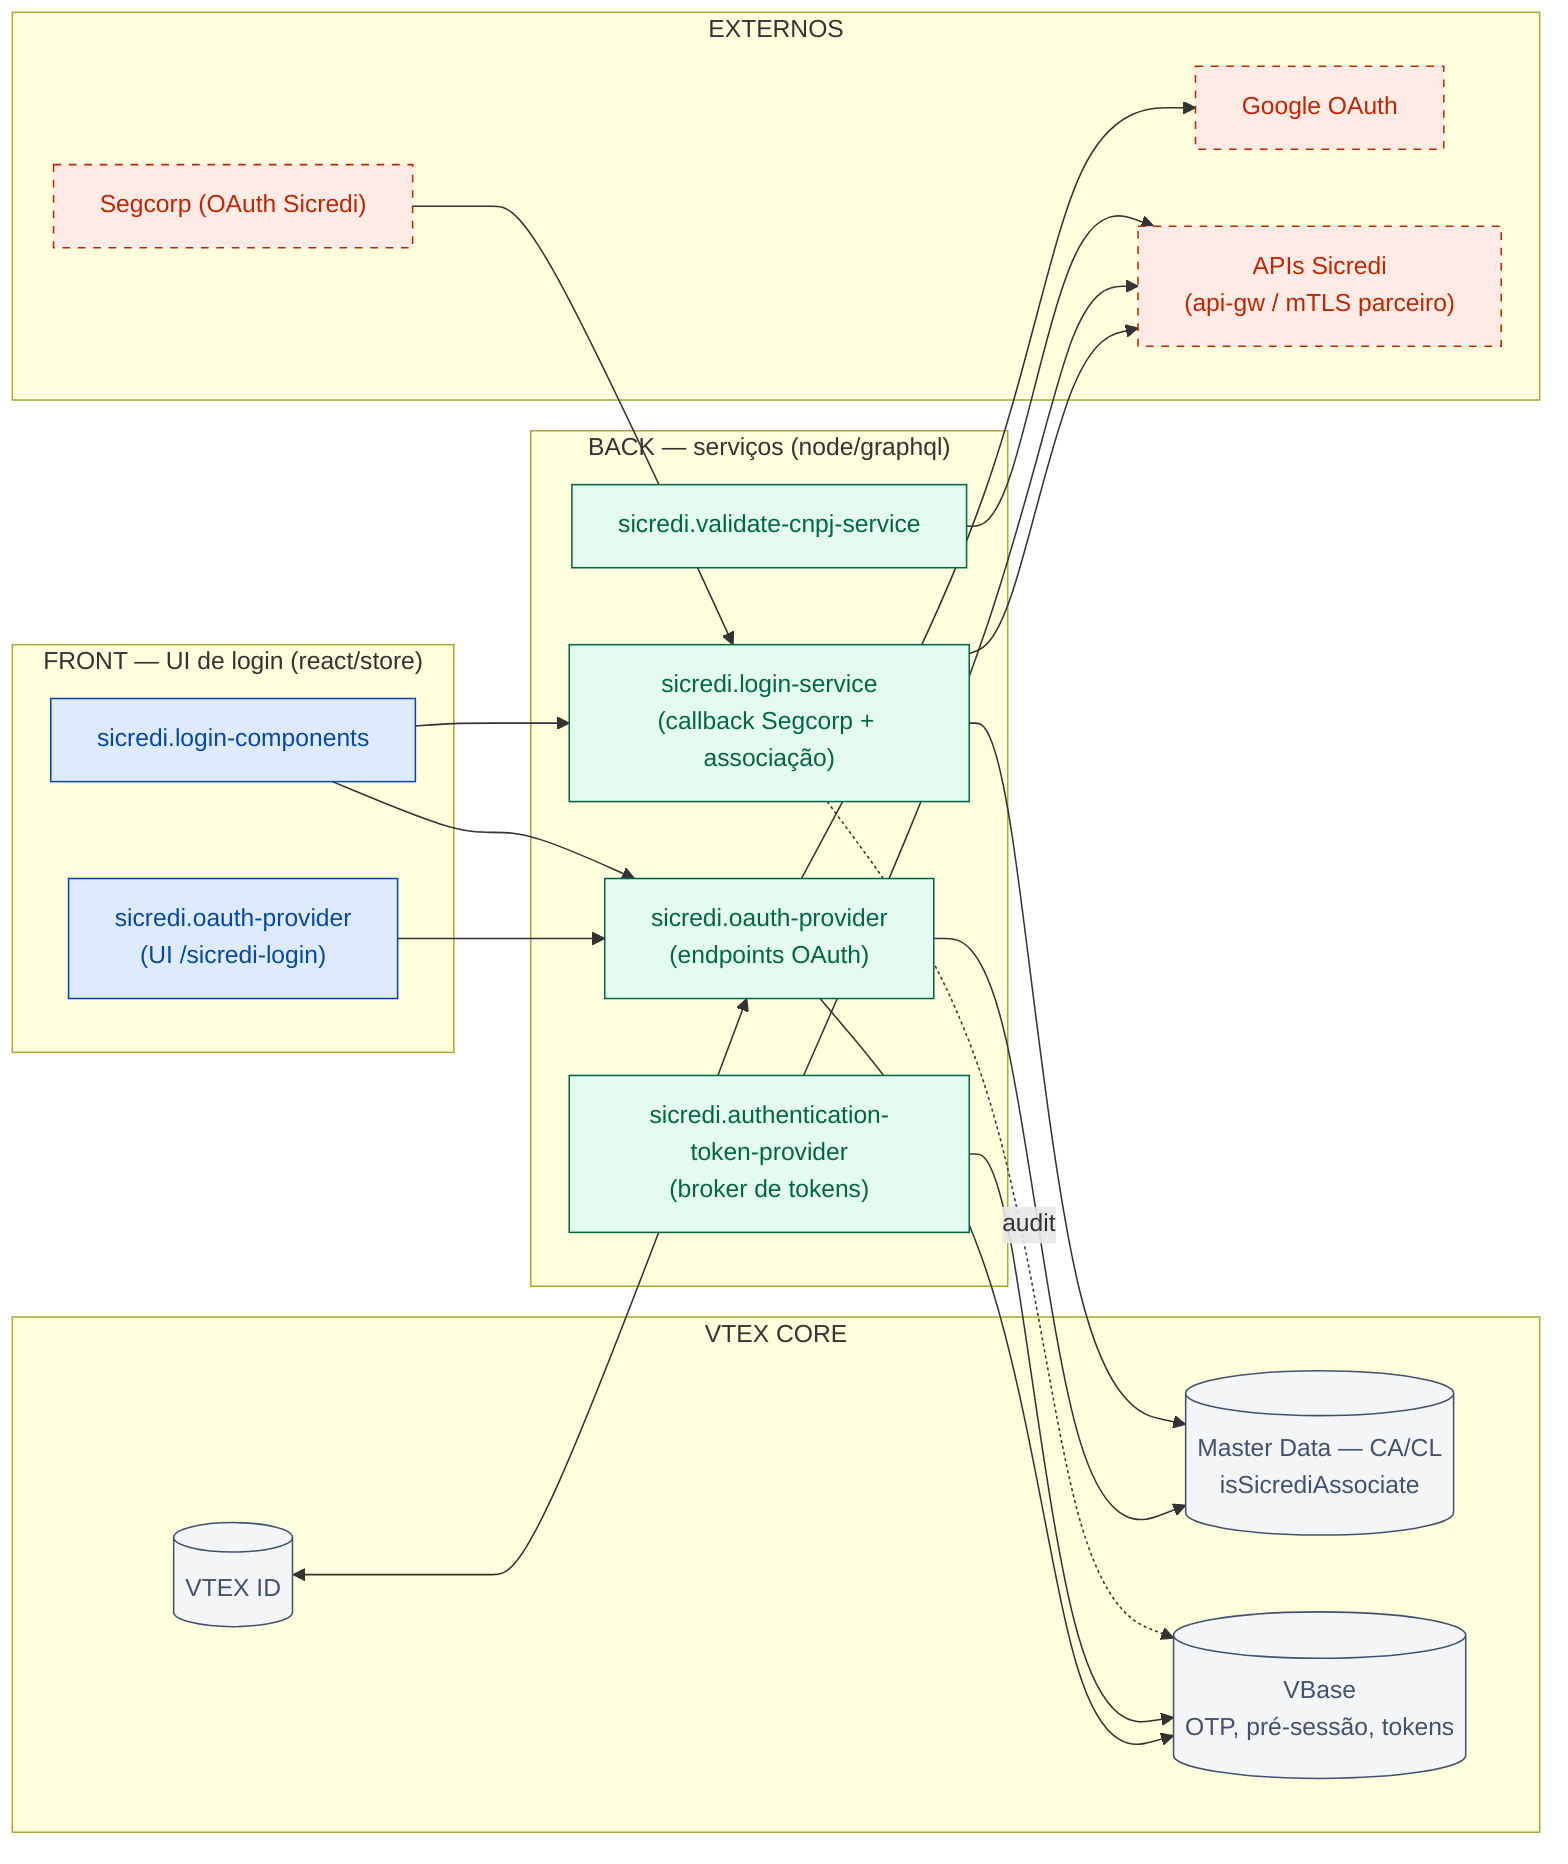
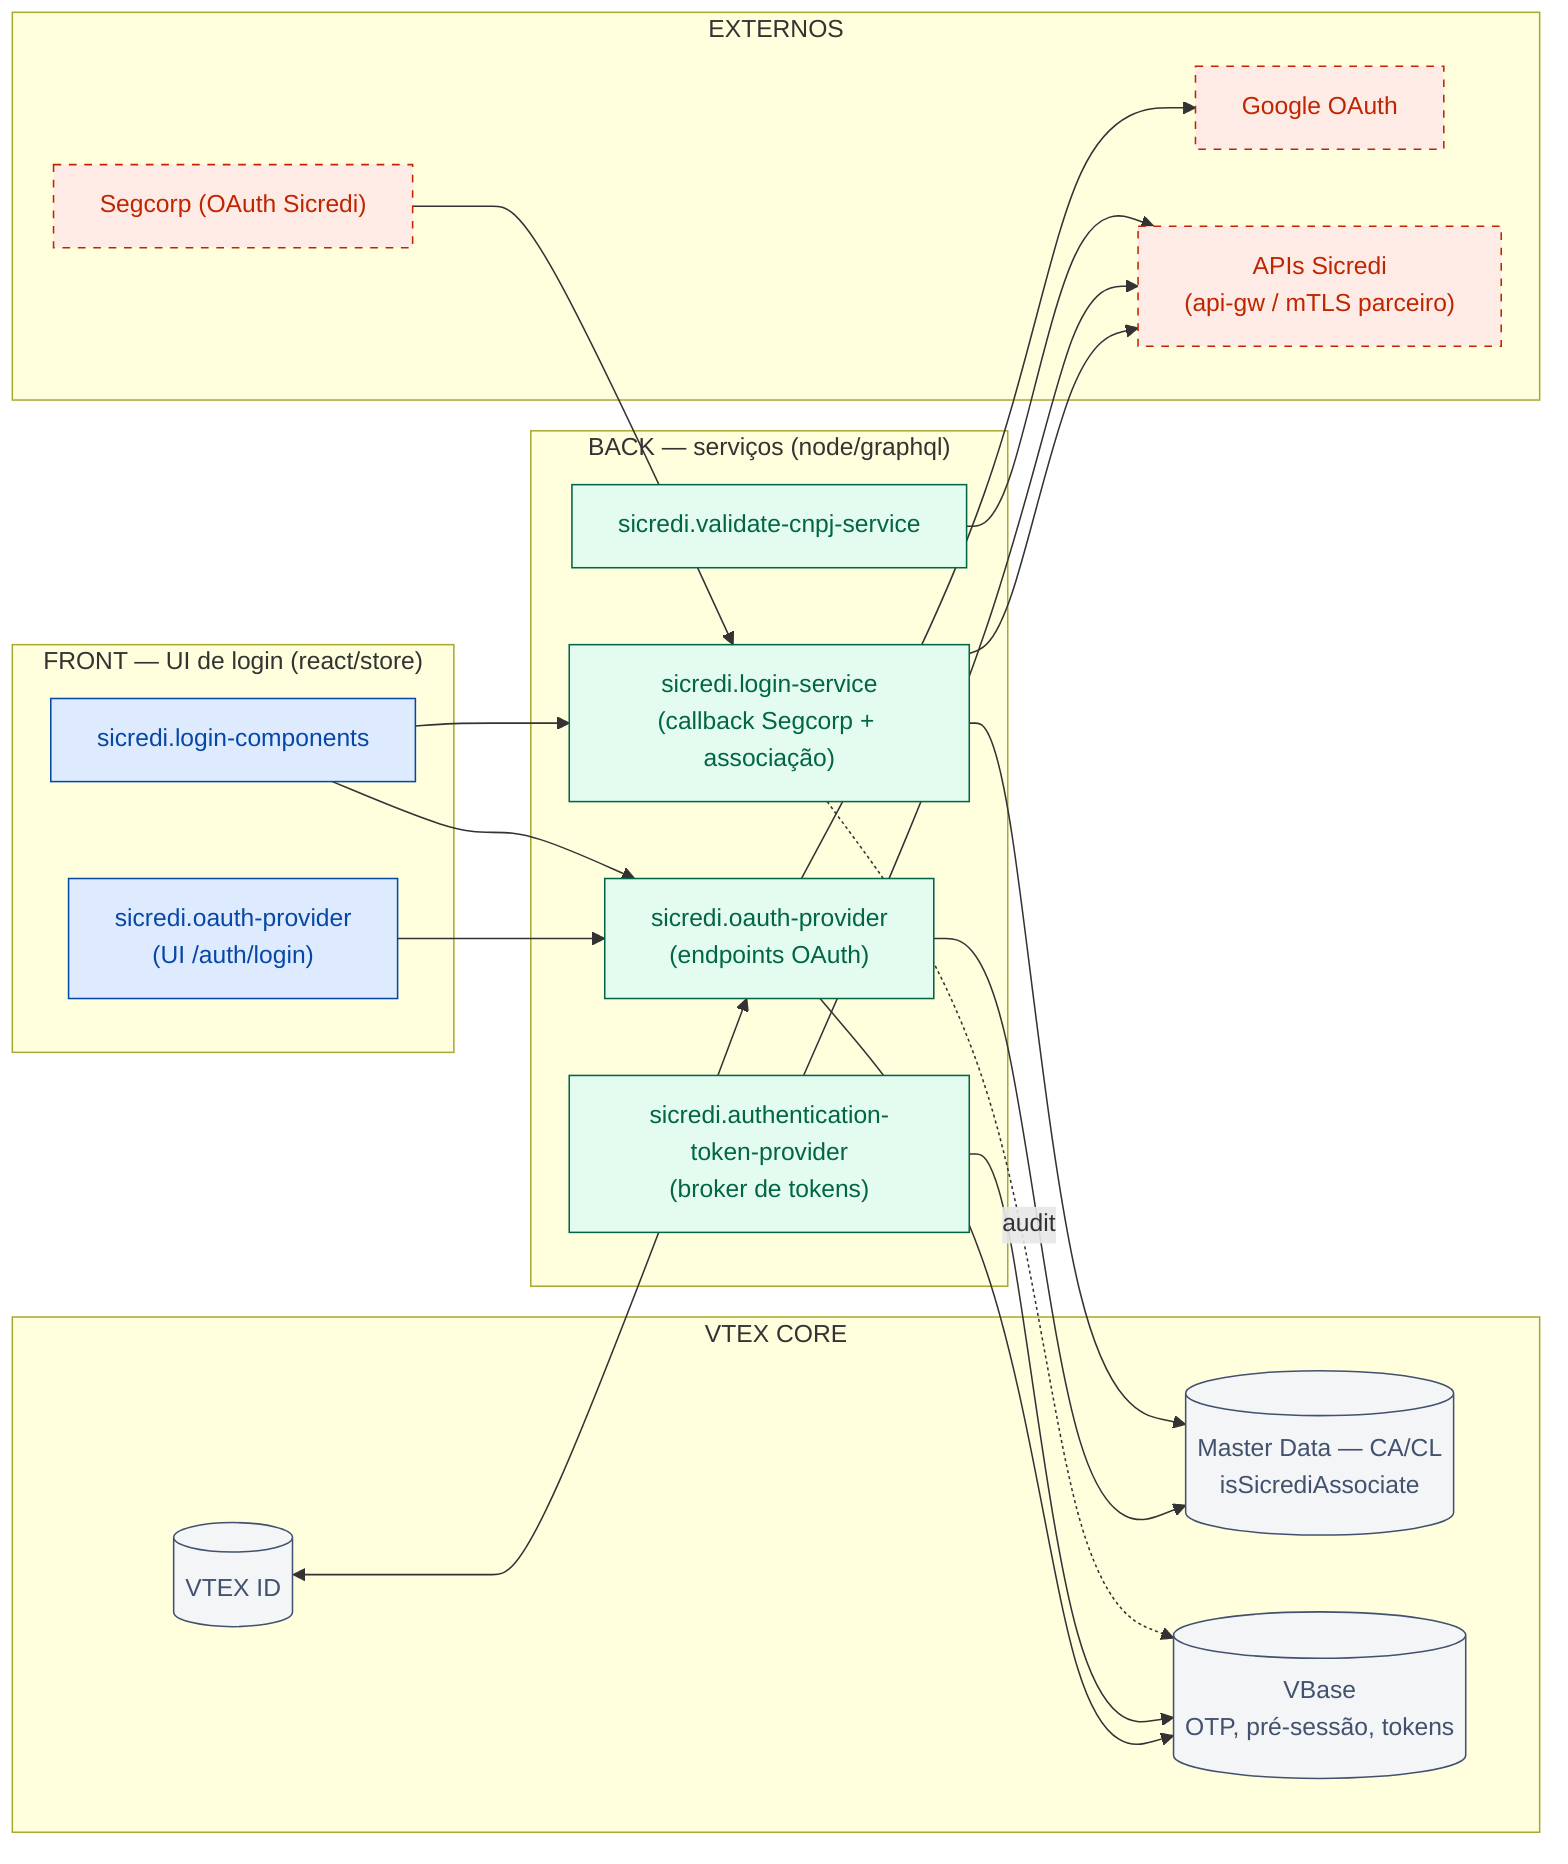
flowchart LR
  subgraph FRONT["FRONT — UI de login (react/store)"]
    lc["sicredi.login-components"]:::front
-     oap_f["sicredi.oauth-provider<br/>(UI /sicredi-login)"]:::front
+     oap_f["sicredi.oauth-provider<br/>(UI /auth/login)"]:::front
  end

  subgraph BACK["BACK — serviços (node/graphql)"]
    oap_b["sicredi.oauth-provider<br/>(endpoints OAuth)"]:::back
    ls["sicredi.login-service<br/>(callback Segcorp + associação)"]:::back
    atp["sicredi.authentication-token-provider<br/>(broker de tokens)"]:::back
    vcnpj["sicredi.validate-cnpj-service"]:::back
  end

  subgraph VTEXCORE["VTEX CORE"]
    vtexid[("VTEX ID")]:::storage
    ca[("Master Data — CA/CL<br/>isSicrediAssociate")]:::storage
    vbase[("VBase<br/>OTP, pré-sessão, tokens")]:::storage
  end

  subgraph EXT["EXTERNOS"]
    segcorp["Segcorp (OAuth Sicredi)"]:::external
    google["Google OAuth"]:::external
    apigw["APIs Sicredi<br/>(api-gw / mTLS parceiro)"]:::external
  end

  oap_f --> oap_b
  lc --> oap_b
  lc --> ls
  vtexid <--> oap_b
  oap_b --> ca
  oap_b --> vbase
  oap_b --> google
  segcorp --> ls
  ls --> ca
  ls --> apigw
  atp --> vbase
  atp --> apigw
  vcnpj --> apigw
  ls -.->|audit| vbase

  classDef front fill:#DEEBFF,stroke:#0747A6,color:#0747A6
  classDef back fill:#E3FCEF,stroke:#006644,color:#006644
  classDef admin fill:#FFF0B3,stroke:#FF8B00,color:#172B4D
  classDef storage fill:#F4F5F7,stroke:#42526E,color:#42526E
  classDef external fill:#FFEBE6,stroke:#BF2600,color:#BF2600,stroke-dasharray:5 5
